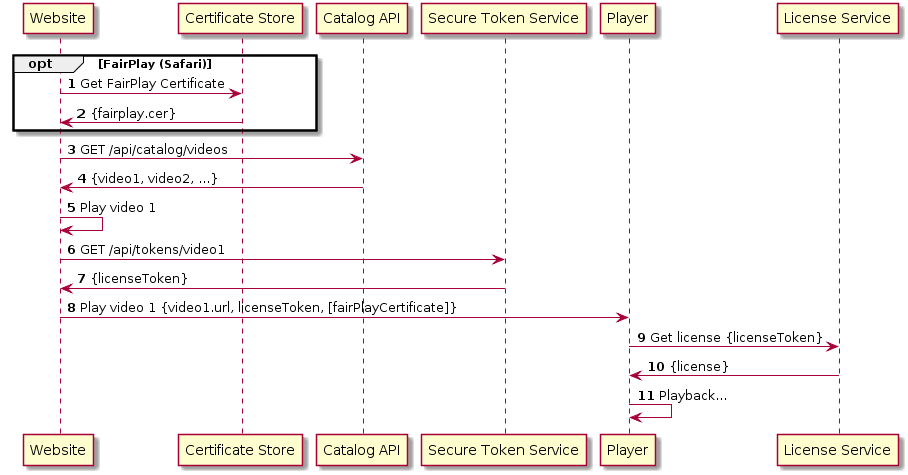
Axinom/drm-quick-start keeps this PlantUML diagram as Images/Sample-Workflow.png. Above is the earlier version. Its diagram source:
```plantuml
@startuml
autonumber
opt FairPlay (Safari)
    Website -> "Certificate Store": Get FairPlay Certificate
    Website <- "Certificate Store": {fairplay.cer}
end
Website -> "Catalog API": GET /api/catalog/videos
Website <- "Catalog API": {video1, video2, ...}
Website -> Website: Play video 1
Website -> "Secure Token Service": GET /api/tokens/video1
Website <- "Secure Token Service": {licenseToken}
Website -> Player: Play video 1 {video1.url, licenseToken, [fairPlayCertificate]}
Player -> "License Service": Get license {licenseToken}
Player <- "License Service": {license}
Player -> Player: Playback...
@enduml
```
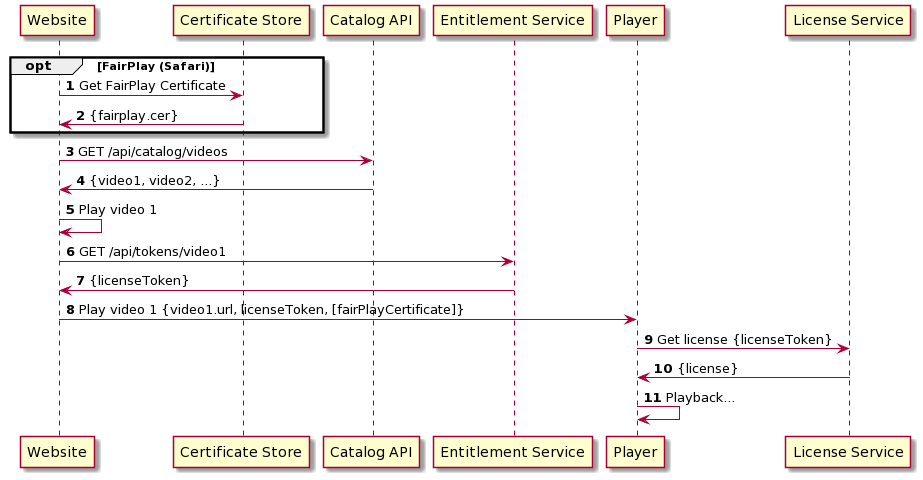
Later version of the same file.

Commit message:
Rename Secure Token Service -> Entitlement Service

Diff of the diagram source:
```diff
@@ -7,8 +7,8 @@
 Website -> "Catalog API": GET /api/catalog/videos
 Website <- "Catalog API": {video1, video2, ...}
 Website -> Website: Play video 1
-Website -> "Secure Token Service": GET /api/tokens/video1
-Website <- "Secure Token Service": {licenseToken}
+Website -> "Entitlement Service": GET /api/tokens/video1
+Website <- "Entitlement Service": {licenseToken}
 Website -> Player: Play video 1 {video1.url, licenseToken, [fairPlayCertificate]}
 Player -> "License Service": Get license {licenseToken}
 Player <- "License Service": {license}
```
